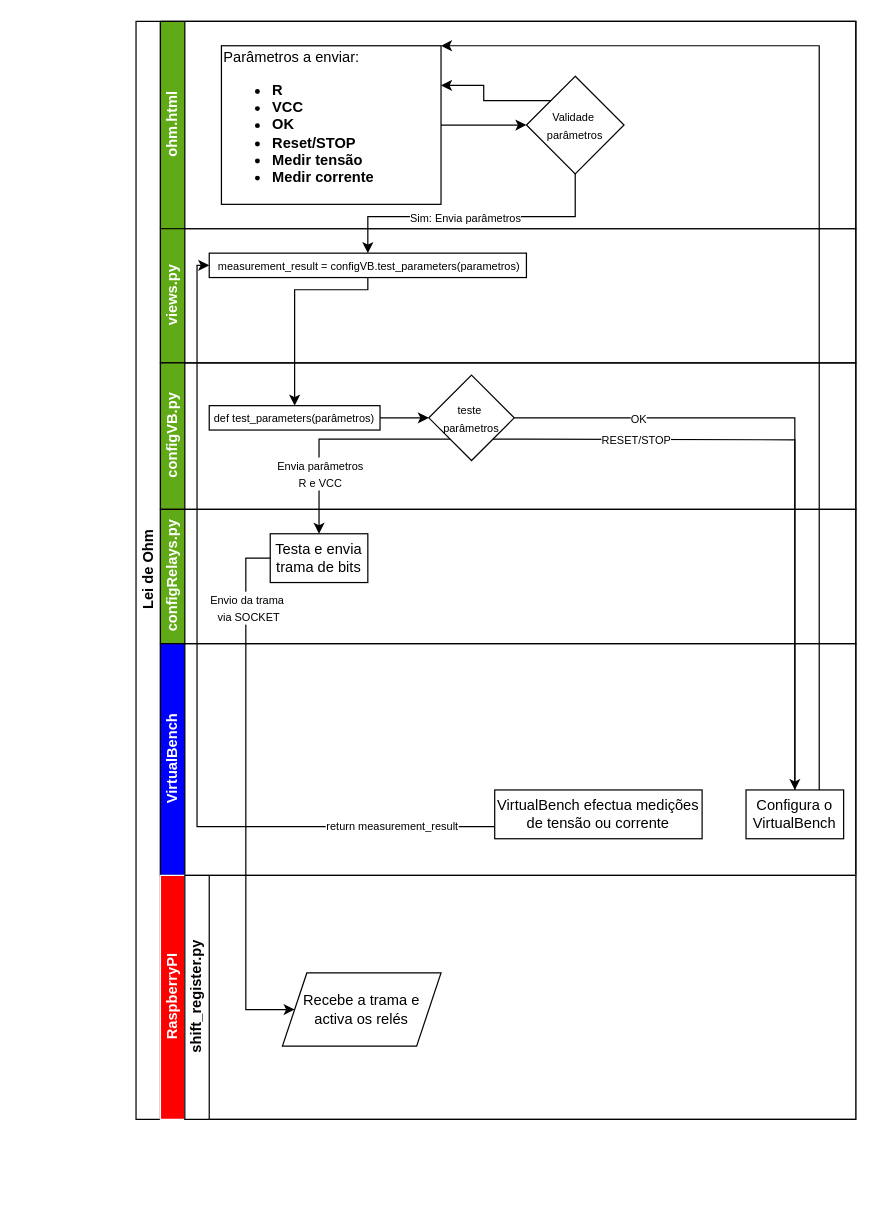
Before: diagramas/flowchart_OHM.drawio in eddygrinder/LaRE, a draw.io diagram. Source tidied: cells renumbered, new cells numbered last; positions are measured from the earlier drawing's top-left corner, leaving out a move shared by most shapes. Both pictures are drawn from the tidied source at 122%, with x=0, y=0 at pixel (135, 21).
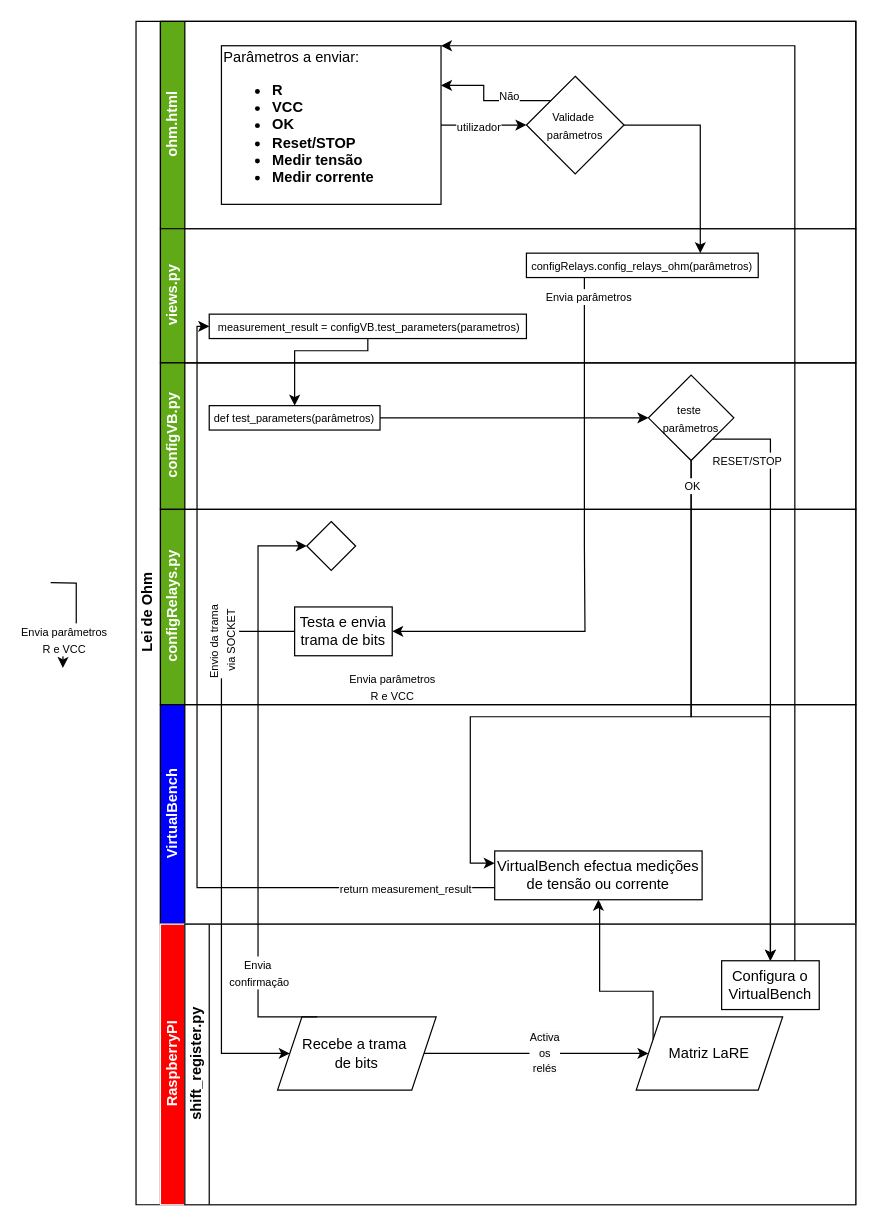
Above is the later version.

Unchanged cells that the change refers to:
```xml
<mxCell id="4" style="edgeStyle=orthogonalEdgeStyle;rounded=0;jettySize=auto;html=1;entryX=0;entryY=0.5;entryDx=0;entryDy=0;" parent="3" edge="1" source="5" target="7">
  <mxGeometry relative="1" as="geometry" />
</mxCell>
<mxCell id="5" value="Parâmetros a enviar:&lt;br&gt;&lt;ul&gt;&lt;li&gt;&lt;b&gt;R&lt;/b&gt;&lt;/li&gt;&lt;li&gt;&lt;b&gt;VCC&lt;/b&gt;&lt;/li&gt;&lt;li&gt;&lt;b&gt;OK&lt;/b&gt;&lt;/li&gt;&lt;li&gt;&lt;b&gt;Reset/STOP&lt;/b&gt;&lt;/li&gt;&lt;li&gt;&lt;b&gt;Medir tensão&lt;/b&gt;&lt;/li&gt;&lt;li&gt;&lt;b&gt;Medir corrente&lt;/b&gt;&lt;/li&gt;&lt;/ul&gt;" style="rounded=0;whiteSpace=wrap;html=1;fontFamily=Helvetica;fontSize=12;fontColor=#000000;align=left;" parent="3" vertex="1">
  <mxGeometry x="50" y="20" width="180" height="130" as="geometry" />
</mxCell>
<mxCell id="6" style="edgeStyle=orthogonalEdgeStyle;rounded=0;jettySize=auto;html=1;exitX=0;exitY=0;exitDx=0;exitDy=0;entryX=1;entryY=0.25;entryDx=0;entryDy=0;" parent="3" edge="1" source="7" target="5">
  <mxGeometry relative="1" as="geometry" />
</mxCell>
<mxCell id="7" value="&lt;font style=&quot;font-size: 9px;&quot;&gt;Validade&amp;nbsp;&lt;/font&gt;&lt;div&gt;&lt;font style=&quot;font-size: 9px;&quot;&gt;parâmetros&lt;/font&gt;&lt;/div&gt;" style="rhombus;whiteSpace=wrap;html=1;fontFamily=Helvetica;fontSize=12;fontColor=#000000;align=center;" parent="3" vertex="1">
  <mxGeometry x="300" y="45" width="80" height="80" as="geometry" />
</mxCell>
<mxCell id="8" value="&lt;font color=&quot;#ffffff&quot;&gt;views.py&lt;/font&gt;" style="swimlane;html=1;startSize=20;horizontal=0;fillColor=#60A917;" parent="2" vertex="1">
  <mxGeometry x="20" y="170" width="570" height="110" as="geometry" />
</mxCell>
<mxCell id="10" value="&lt;font color=&quot;#ffffff&quot;&gt;configVB.py&lt;/font&gt;" style="swimlane;html=1;startSize=20;horizontal=0;fillColor=#60A917;" parent="2" vertex="1">
  <mxGeometry x="20" y="280" width="570" height="120" as="geometry" />
</mxCell>
<mxCell id="11" value="&lt;div style=&quot;line-height: 19px;&quot;&gt;&lt;font style=&quot;font-size: 9px;&quot;&gt;def test_parameters(parâmetros)&lt;/font&gt;&lt;/div&gt;" style="rounded=0;whiteSpace=wrap;html=1;fontFamily=Helvetica;fontSize=12;fontColor=#000000;align=center;" parent="10" vertex="1">
  <mxGeometry x="40" y="35" width="140" height="20" as="geometry" />
</mxCell>
<mxCell id="19" value="VirtualBench efectua medições de tensão ou corrente" style="rounded=0;whiteSpace=wrap;html=1;" parent="18" vertex="1">
  <mxGeometry x="274" y="120" width="170" height="40" as="geometry" />
</mxCell>
```

Change to the diagram source:
```diff
@@
     <mxCell id="2" value="Lei de Ohm" style="swimlane;html=1;horizontal=0;startSize=20;" parent="1" vertex="1">
-      <mxGeometry width="590" height="900" as="geometry" />
+      <mxGeometry width="590" height="970" as="geometry" />
     </mxCell>
@@
+    <mxCell id="36" value="&lt;font style=&quot;font-size: 9px;&quot;&gt;utilizador&lt;/font&gt;" style="edgeLabel;html=1;align=center;verticalAlign=middle;" parent="4" vertex="1">
+      <mxGeometry x="-0.31" y="-1" relative="1" as="geometry">
+        <mxPoint x="6" y="-1" as="offset" />
+      </mxGeometry>
+    </mxCell>
@@
+    <mxCell id="37" value="&lt;font style=&quot;font-size: 9px;&quot;&gt;Não&lt;/font&gt;" style="edgeLabel;html=1;align=center;verticalAlign=middle;" parent="6" vertex="1">
+      <mxGeometry x="-0.28" y="2" relative="1" as="geometry">
+        <mxPoint x="2" y="-7" as="offset" />
+      </mxGeometry>
+    </mxCell>
@@
     <mxCell id="9" value="&lt;div style=&quot;line-height: 19px;&quot;&gt;&lt;font style=&quot;font-size: 9px;&quot;&gt;&amp;nbsp;measurement_result = configVB.test_parameters(parametros)&lt;/font&gt;&lt;/div&gt;" style="rounded=0;whiteSpace=wrap;html=1;fontFamily=Helvetica;fontSize=12;fontColor=#000000;align=center;" parent="8" vertex="1">
-      <mxGeometry x="40" y="20" width="260" height="20" as="geometry" />
+      <mxGeometry x="40" y="70" width="260" height="20" as="geometry" />
     </mxCell>
+    <mxCell id="38" value="&lt;div style=&quot;line-height: 19px;&quot;&gt;&lt;div style=&quot;line-height: 19px;&quot;&gt;&lt;font style=&quot;font-size: 9px;&quot;&gt;configRelays.config_relays_ohm(parâmetros)&lt;/font&gt;&lt;/div&gt;&lt;/div&gt;" style="rounded=0;whiteSpace=wrap;html=1;fontFamily=Helvetica;fontSize=12;fontColor=#000000;align=center;" parent="8" vertex="1">
+      <mxGeometry x="300" y="20" width="190" height="20" as="geometry" />
+    </mxCell>
@@
     <mxCell id="12" style="edgeStyle=orthogonalEdgeStyle;rounded=0;jettySize=auto;html=1;exitX=1;exitY=1;exitDx=0;exitDy=0;" parent="10" edge="1" source="14">
       <mxGeometry relative="1" as="geometry">
-        <mxPoint x="520" y="380" as="targetPoint" />
+        <mxPoint x="500" y="490" as="targetPoint" />
         <Array as="points">
-          <mxPoint x="300" y="63" />
-          <mxPoint x="520" y="63" />
+          <mxPoint x="500" y="63" />
+          <mxPoint x="500" y="380" />
         </Array>
       </mxGeometry>
     </mxCell>
     <mxCell id="13" value="&lt;font style=&quot;font-size: 9px;&quot;&gt;RESET/STOP&lt;/font&gt;" style="edgeLabel;html=1;align=center;verticalAlign=middle;" parent="12" vertex="1">
       <mxGeometry x="-0.54" relative="1" as="geometry">
-        <mxPoint x="-13" as="offset" />
+        <mxPoint x="-20" y="-45" as="offset" />
       </mxGeometry>
     </mxCell>
     <mxCell id="14" value="&lt;p&gt;&lt;font style=&quot;font-size: 9px;&quot;&gt;teste&amp;nbsp;&lt;br&gt;&lt;/font&gt;&lt;span style=&quot;font-size: 9px; background-color: initial;&quot;&gt;parâmetros&lt;/span&gt;&lt;/p&gt;" style="rhombus;whiteSpace=wrap;html=1;fontFamily=Helvetica;fontSize=12;fontColor=#000000;align=center;" parent="10" vertex="1">
-      <mxGeometry x="220" y="10" width="70" height="70" as="geometry" />
+      <mxGeometry x="400" y="10" width="70" height="70" as="geometry" />
     </mxCell>
@@
     <mxCell id="16" value="&lt;font color=&quot;#ffffff&quot;&gt;configRelays.py&lt;/font&gt;" style="swimlane;html=1;startSize=20;horizontal=0;fillColor=#60A917;" parent="2" vertex="1">
-      <mxGeometry x="20" y="400" width="570" height="110" as="geometry" />
+      <mxGeometry x="20" y="400" width="570" height="160" as="geometry" />
     </mxCell>
     <mxCell id="17" value="Testa e envia trama de bits" style="rounded=0;whiteSpace=wrap;html=1;" parent="16" vertex="1">
-      <mxGeometry x="90" y="20" width="80" height="40" as="geometry" />
+      <mxGeometry x="110" y="80" width="80" height="40" as="geometry" />
     </mxCell>
+    <mxCell id="39" style="rhombus;whiteSpace=wrap;html=1;" parent="16" vertex="1">
+      <mxGeometry x="120" y="10" width="40" height="40" as="geometry" />
+    </mxCell>
     <mxCell id="18" value="&lt;font color=&quot;#ffffff&quot;&gt;VirtualBench&lt;/font&gt;" style="swimlane;html=1;startSize=20;horizontal=0;fillColor=#0000FF;" parent="2" vertex="1">
-      <mxGeometry x="20" y="510" width="570" height="190" as="geometry" />
+      <mxGeometry x="20" y="560" width="570" height="180" as="geometry" />
     </mxCell>
@@
     <mxCell id="20" value="&lt;font color=&quot;#ffffff&quot;&gt;RaspberryPI&lt;/font&gt;" style="swimlane;html=1;startSize=20;horizontal=0;fillColor=#FF0000;strokeColor=#FFFFFF;" parent="2" vertex="1">
-      <mxGeometry x="20" y="700" width="570" height="200" as="geometry" />
+      <mxGeometry x="20" y="740" width="570" height="230" as="geometry" />
     </mxCell>
     <mxCell id="21" value="shift_register.py" style="swimlane;html=1;startSize=20;horizontal=0;" parent="20" vertex="1">
-      <mxGeometry x="20" width="550" height="200" as="geometry" />
+      <mxGeometry x="20" width="550" height="230" as="geometry" />
     </mxCell>
+    <mxCell id="40" style="edgeStyle=orthogonalEdgeStyle;rounded=0;jettySize=auto;html=1;entryX=0;entryY=0.5;entryDx=0;entryDy=0;" parent="21" edge="1" source="22" target="42">
+      <mxGeometry relative="1" as="geometry" />
+    </mxCell>
+    <mxCell id="41" value="&lt;font style=&quot;font-size: 9px;&quot;&gt;&lt;span style=&quot;text-wrap: wrap; background-color: rgb(251, 251, 251);&quot;&gt;A&lt;/span&gt;&lt;span style=&quot;background-color: rgb(251, 251, 251); text-wrap: wrap;&quot;&gt;ctiva os&lt;/span&gt;&lt;/font&gt;&lt;div&gt;&lt;span style=&quot;background-color: rgb(251, 251, 251); text-wrap: wrap; font-size: 9px;&quot;&gt;relés&lt;/span&gt;&lt;br&gt;&lt;/div&gt;" style="edgeLabel;html=1;align=center;verticalAlign=middle;" parent="40" vertex="1">
+      <mxGeometry x="0.06" y="2" relative="1" as="geometry" />
+    </mxCell>
-    <mxCell id="22" value="Recebe a trama e activa os relés" style="shape=parallelogram;perimeter=parallelogramPerimeter;whiteSpace=wrap;html=1;fixedSize=1;" parent="21" vertex="1">
-      <mxGeometry x="80" y="80" width="130" height="60" as="geometry" />
+    <mxCell id="22" value="Recebe a trama&amp;nbsp;&lt;div&gt;de bits&lt;/div&gt;" style="shape=parallelogram;perimeter=parallelogramPerimeter;whiteSpace=wrap;html=1;fixedSize=1;" parent="21" vertex="1">
+      <mxGeometry x="76" y="76" width="130" height="60" as="geometry" />
     </mxCell>
-    <mxCell id="23" style="edgeStyle=orthogonalEdgeStyle;rounded=0;jettySize=auto;html=1;exitX=0.5;exitY=1;exitDx=0;exitDy=0;entryX=0.5;entryY=0;entryDx=0;entryDy=0;" parent="2" edge="1" source="7" target="9">
-      <mxGeometry relative="1" as="geometry">
-        <Array as="points">
-          <mxPoint x="360" y="160" />
-          <mxPoint x="190" y="160" />
-        </Array>
-      </mxGeometry>
-    </mxCell>
-    <mxCell id="24" value="&lt;font style=&quot;font-size: 9px;&quot;&gt;Sim: Envia parâmetros&lt;/font&gt;" style="edgeLabel;html=1;align=center;verticalAlign=middle;" parent="23" vertex="1">
-      <mxGeometry x="0.07" y="3" relative="1" as="geometry">
-        <mxPoint y="-3" as="offset" />
-      </mxGeometry>
-    </mxCell>
+    <mxCell id="42" value="Matriz LaRE" style="shape=parallelogram;perimeter=parallelogramPerimeter;whiteSpace=wrap;html=1;fixedSize=1;" parent="21" vertex="1">
+      <mxGeometry x="370" y="76" width="120" height="60" as="geometry" />
+    </mxCell>
+    <mxCell id="33" value="Configura o VirtualBench" style="rounded=0;whiteSpace=wrap;html=1;" parent="20" vertex="1">
+      <mxGeometry x="460" y="30" width="80" height="40" as="geometry" />
+    </mxCell>
     <mxCell id="25" style="edgeStyle=orthogonalEdgeStyle;rounded=0;jettySize=auto;html=1;" parent="2" edge="1" source="9" target="11">
       <mxGeometry relative="1" as="geometry">
         <Array as="points">
-          <mxPoint x="190" y="220" />
-          <mxPoint x="130" y="220" />
+          <mxPoint x="190" y="270" />
+          <mxPoint x="130" y="270" />
         </Array>
       </mxGeometry>
     </mxCell>
     <mxCell id="26" style="edgeStyle=orthogonalEdgeStyle;rounded=0;jettySize=auto;html=1;exitX=0;exitY=0.75;exitDx=0;exitDy=0;entryX=0;entryY=0.5;entryDx=0;entryDy=0;" parent="2" edge="1" source="19" target="9">
       <mxGeometry relative="1" as="geometry">
         <Array as="points">
-          <mxPoint x="50" y="660" />
-          <mxPoint x="50" y="200" />
+          <mxPoint x="50" y="710" />
+          <mxPoint x="50" y="250" />
         </Array>
       </mxGeometry>
     </mxCell>
     <mxCell id="27" value="&lt;font style=&quot;font-size: 9px;&quot;&gt;return measurement_result&lt;/font&gt;" style="edgeLabel;html=1;align=center;verticalAlign=middle;" parent="26" vertex="1">
       <mxGeometry x="-0.62" y="-2" relative="1" as="geometry">
-        <mxPoint x="51" as="offset" />
+        <mxPoint x="62" y="2" as="offset" />
       </mxGeometry>
     </mxCell>
-    <mxCell id="28" style="edgeStyle=orthogonalEdgeStyle;rounded=0;jettySize=auto;html=1;exitX=0;exitY=1;exitDx=0;exitDy=0;entryX=0.5;entryY=0;entryDx=0;entryDy=0;" parent="2" edge="1" source="14" target="17">
-      <mxGeometry relative="1" as="geometry" />
+    <mxCell id="28" style="edgeStyle=orthogonalEdgeStyle;rounded=0;orthogonalLoop=1;jettySize=auto;html=1;" parent="2" edge="1">
+      <mxGeometry relative="1" as="geometry">
+        <mxPoint x="-70" y="460" as="sourcePoint" />
+        <mxPoint x="-60" y="530" as="targetPoint" />
+      </mxGeometry>
     </mxCell>
@@
-    <mxCell id="30" style="edgeStyle=orthogonalEdgeStyle;rounded=0;jettySize=auto;html=1;entryX=0;entryY=0.5;entryDx=0;entryDy=0;exitX=0;exitY=0.5;exitDx=0;exitDy=0;" parent="2" edge="1" source="17" target="22">
+    <mxCell id="30" style="edgeStyle=orthogonalEdgeStyle;rounded=0;jettySize=auto;html=1;exitX=0;exitY=0.5;exitDx=0;exitDy=0;" parent="2" edge="1" source="17" target="22">
       <mxGeometry relative="1" as="geometry">
         <Array as="points">
-          <mxPoint x="90" y="440" />
-          <mxPoint x="90" y="810" />
+          <mxPoint x="70" y="500" />
+          <mxPoint x="70" y="846" />
         </Array>
       </mxGeometry>
     </mxCell>
-    <mxCell id="31" value="&lt;font style=&quot;font-size: 9px;&quot;&gt;Envio da trama&lt;/font&gt;&lt;div&gt;&lt;font style=&quot;font-size: 9px;&quot;&gt;&amp;nbsp;via SOCKET&lt;/font&gt;&lt;/div&gt;" style="edgeLabel;html=1;align=center;verticalAlign=middle;" parent="30" vertex="1">
+    <mxCell id="31" value="&lt;font style=&quot;font-size: 9px;&quot;&gt;Envio da trama&lt;/font&gt;&lt;div&gt;&lt;font style=&quot;font-size: 9px;&quot;&gt;&amp;nbsp;via SOCKET&lt;/font&gt;&lt;/div&gt;" style="edgeLabel;html=1;align=center;verticalAlign=middle;rotation=-90;" parent="30" vertex="1">
       <mxGeometry x="-0.13" relative="1" as="geometry">
-        <mxPoint y="-127" as="offset" />
+        <mxPoint y="-131" as="offset" />
       </mxGeometry>
     </mxCell>
-    <mxCell id="32" style="edgeStyle=orthogonalEdgeStyle;rounded=0;jettySize=auto;html=1;exitX=0.75;exitY=0;exitDx=0;exitDy=0;entryX=1;entryY=0;entryDx=0;entryDy=0;" parent="1" edge="1" source="33" target="5">
-      <mxGeometry relative="1" as="geometry">
-        <Array as="points">
-          <mxPoint x="560" y="20" />
-        </Array>
-      </mxGeometry>
-    </mxCell>
-    <mxCell id="33" value="Configura o VirtualBench" style="rounded=0;whiteSpace=wrap;html=1;" parent="1" vertex="1">
-      <mxGeometry x="500" y="630" width="80" height="40" as="geometry" />
-    </mxCell>
+    <mxCell id="43" style="edgeStyle=orthogonalEdgeStyle;rounded=0;jettySize=auto;html=1;exitX=0.25;exitY=0;exitDx=0;exitDy=0;entryX=0;entryY=0.5;entryDx=0;entryDy=0;" parent="2" edge="1" source="22" target="39">
+      <mxGeometry relative="1" as="geometry">
+        <Array as="points">
+          <mxPoint x="100" y="816" />
+          <mxPoint x="100" y="430" />
+        </Array>
+      </mxGeometry>
+    </mxCell>
+    <mxCell id="44" value="&lt;font style=&quot;font-size: 9px;&quot;&gt;Envia&amp;nbsp;&lt;/font&gt;&lt;div&gt;&lt;font style=&quot;font-size: 9px;&quot;&gt;confirmação&lt;/font&gt;&lt;/div&gt;" style="edgeLabel;html=1;align=center;verticalAlign=middle;" parent="43" vertex="1">
+      <mxGeometry x="0.34" relative="1" as="geometry">
+        <mxPoint y="233" as="offset" />
+      </mxGeometry>
+    </mxCell>
+    <mxCell id="45" style="edgeStyle=orthogonalEdgeStyle;rounded=0;jettySize=auto;html=1;exitX=0.5;exitY=1;exitDx=0;exitDy=0;entryX=0;entryY=0.25;entryDx=0;entryDy=0;" parent="2" edge="1" source="14" target="19">
+      <mxGeometry relative="1" as="geometry">
+        <Array as="points">
+          <mxPoint x="455" y="570" />
+          <mxPoint x="274" y="570" />
+          <mxPoint x="274" y="690" />
+        </Array>
+      </mxGeometry>
+    </mxCell>
+    <mxCell id="46" value="&lt;font style=&quot;font-size: 9px;&quot;&gt;Envia parâmetros&lt;/font&gt;&lt;div&gt;&lt;font style=&quot;font-size: 9px;&quot;&gt;R e VCC&lt;/font&gt;&lt;/div&gt;" style="edgeLabel;html=1;align=center;verticalAlign=middle;" parent="45" vertex="1">
+      <mxGeometry x="-0.16" y="-1" relative="1" as="geometry">
+        <mxPoint x="-233" y="-24" as="offset" />
+      </mxGeometry>
+    </mxCell>
+    <mxCell id="47" style="edgeStyle=orthogonalEdgeStyle;rounded=0;jettySize=auto;html=1;exitX=0;exitY=0.25;exitDx=0;exitDy=0;entryX=0.5;entryY=1;entryDx=0;entryDy=0;" parent="2" edge="1" source="42" target="19">
+      <mxGeometry relative="1" as="geometry">
+        <Array as="points">
+          <mxPoint x="380" y="795" />
+          <mxPoint x="380" y="723" />
+          <mxPoint x="379" y="723" />
+        </Array>
+      </mxGeometry>
+    </mxCell>
-    <mxCell id="34" style="edgeStyle=orthogonalEdgeStyle;rounded=0;jettySize=auto;html=1;" parent="1" edge="1" source="14" target="33">
-      <mxGeometry relative="1" as="geometry" />
+    <mxCell id="34" style="edgeStyle=orthogonalEdgeStyle;rounded=0;jettySize=auto;html=1;" parent="2" edge="1" source="14" target="33">
+      <mxGeometry relative="1" as="geometry">
+        <Array as="points">
+          <mxPoint x="455" y="570" />
+          <mxPoint x="520" y="570" />
+        </Array>
+      </mxGeometry>
     </mxCell>
     <mxCell id="35" value="&lt;font style=&quot;font-size: 9px;&quot;&gt;OK&lt;/font&gt;" style="edgeLabel;html=1;align=center;verticalAlign=middle;" parent="34" vertex="1">
       <mxGeometry x="-0.75" y="-3" relative="1" as="geometry">
-        <mxPoint x="34" y="-3" as="offset" />
+        <mxPoint x="3" y="-39" as="offset" />
       </mxGeometry>
     </mxCell>
+    <mxCell id="32" style="edgeStyle=orthogonalEdgeStyle;rounded=0;jettySize=auto;html=1;exitX=0.75;exitY=0;exitDx=0;exitDy=0;entryX=1;entryY=0;entryDx=0;entryDy=0;" parent="2" edge="1" source="33" target="5">
+      <mxGeometry relative="1" as="geometry">
+        <Array as="points">
+          <mxPoint x="540" y="20" />
+        </Array>
+      </mxGeometry>
+    </mxCell>
+    <mxCell id="48" style="edgeStyle=orthogonalEdgeStyle;rounded=0;jettySize=auto;html=1;entryX=1;entryY=0.5;entryDx=0;entryDy=0;exitX=0.25;exitY=1;exitDx=0;exitDy=0;" parent="2" edge="1" source="38" target="17">
+      <mxGeometry relative="1" as="geometry">
+        <Array as="points">
+          <mxPoint x="368" y="430" />
+          <mxPoint x="368" y="500" />
+        </Array>
+      </mxGeometry>
+    </mxCell>
+    <mxCell id="49" value="&lt;font style=&quot;font-size: 9px;&quot;&gt;Envia parâmetros&lt;/font&gt;" style="edgeLabel;html=1;align=center;verticalAlign=middle;" parent="48" vertex="1">
+      <mxGeometry x="-0.79" y="2" relative="1" as="geometry">
+        <mxPoint x="1" y="-32" as="offset" />
+      </mxGeometry>
+    </mxCell>
+    <mxCell id="50" style="edgeStyle=orthogonalEdgeStyle;rounded=0;jettySize=auto;html=1;entryX=0.75;entryY=0;entryDx=0;entryDy=0;exitX=1;exitY=0.5;exitDx=0;exitDy=0;" parent="2" edge="1" source="7" target="38">
+      <mxGeometry relative="1" as="geometry" />
+    </mxCell>
```
